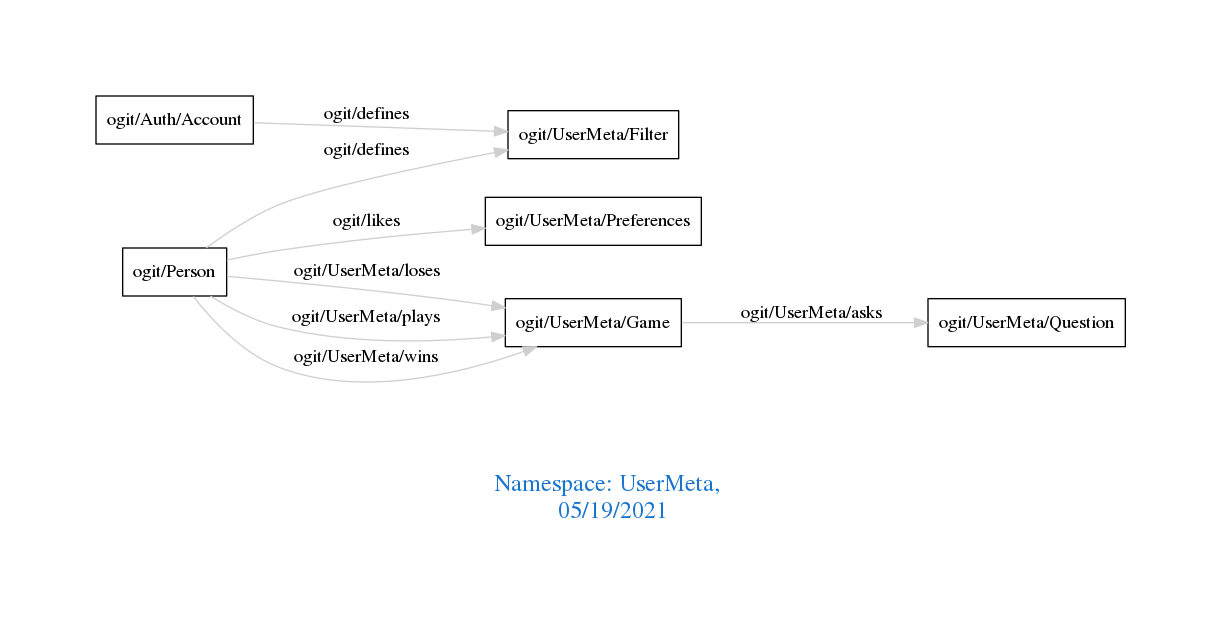
Above: downloads/UserMeta.png in arago/OGIT (Graphviz), before the change. Its source is kept beside it as downloads/UserMeta.dot.
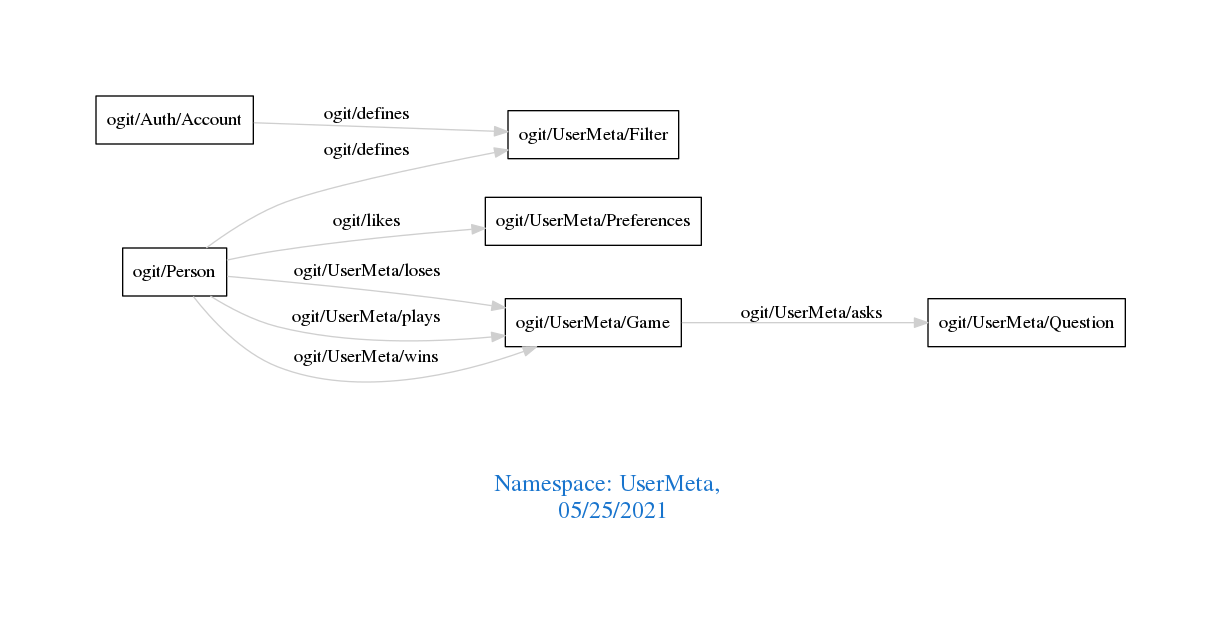
After the change.

What changed in the source:
```diff
@@ -1,7 +1,7 @@
 digraph OGIT_ontology {
  graph [ rankdir= LR,pad=1
 fontsize = 18,
-fontcolor= dodgerblue3,label = "\n\n\nNamespace: UserMeta, \n 05/19/2021"];
+fontcolor= dodgerblue3,label = "\n\n\nNamespace: UserMeta, \n 05/25/2021"];
 node[shape=polygon];
 edge [  color="gray81"];
 
```
